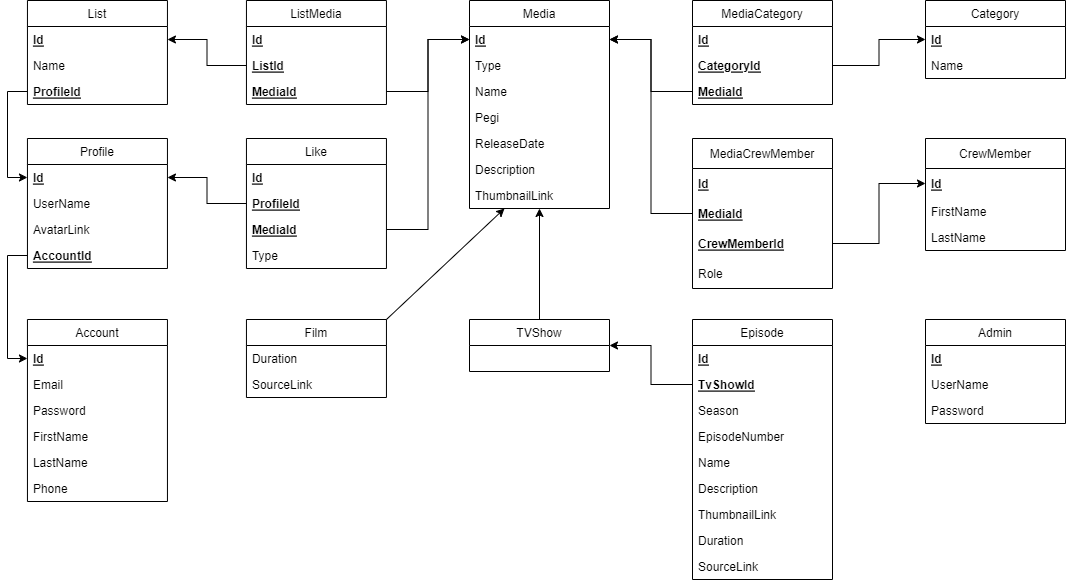
Guiliguigui/GuiFlix keeps this draw.io diagram as ClassDiagram.png. Above is the earlier version. Source tidied: cells renumbered, new cells last; positions are measured from the earlier drawing's top-left corner, leaving out a move shared by most shapes.
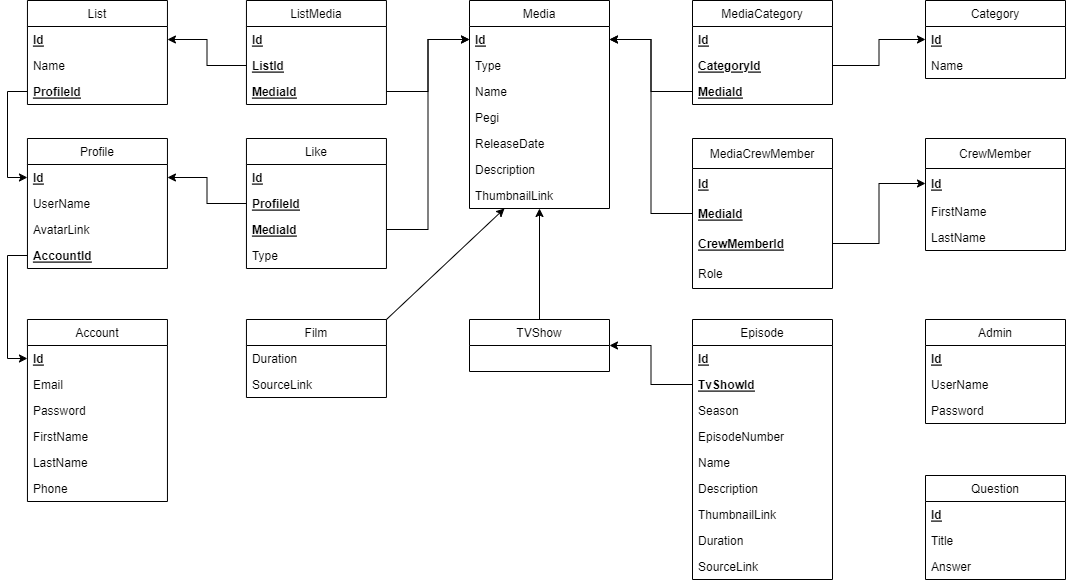
The same file after the commit.

Commit message:
Update ClassDiagram Question

Diff of the diagram source:
```diff
@@ -242,5 +242,17 @@
     <mxCell id="81" style="edgeStyle=orthogonalEdgeStyle;rounded=0;jettySize=auto;html=1;exitX=0;exitY=0.5;exitDx=0;exitDy=0;" parent="1" edge="1" source="9" target="17">
       <mxGeometry relative="1" as="geometry" />
     </mxCell>
+    <mxCell id="82" value="Question" style="swimlane;fontStyle=0;horizontal=1;startSize=26;fillColor=none;" parent="1" vertex="1">
+      <mxGeometry x="898" y="475" width="140" height="104" as="geometry" />
+    </mxCell>
+    <mxCell id="83" value="Id" style="text;strokeColor=none;fillColor=none;align=left;verticalAlign=top;spacingLeft=4;spacingRight=4;overflow=hidden;fontStyle=5;" parent="82" vertex="1">
+      <mxGeometry y="26" width="140" height="26" as="geometry" />
+    </mxCell>
+    <mxCell id="84" value="Title" style="text;strokeColor=none;fillColor=none;align=left;verticalAlign=top;spacingLeft=4;spacingRight=4;overflow=hidden;rounded=0;" parent="82" vertex="1">
+      <mxGeometry y="52" width="140" height="26" as="geometry" />
+    </mxCell>
+    <mxCell id="85" value="Answer" style="text;strokeColor=none;fillColor=none;align=left;verticalAlign=top;spacingLeft=4;spacingRight=4;overflow=hidden;rounded=0;" parent="82" vertex="1">
+      <mxGeometry y="78" width="140" height="26" as="geometry" />
+    </mxCell>
   </root>
 </mxGraphModel>
```
